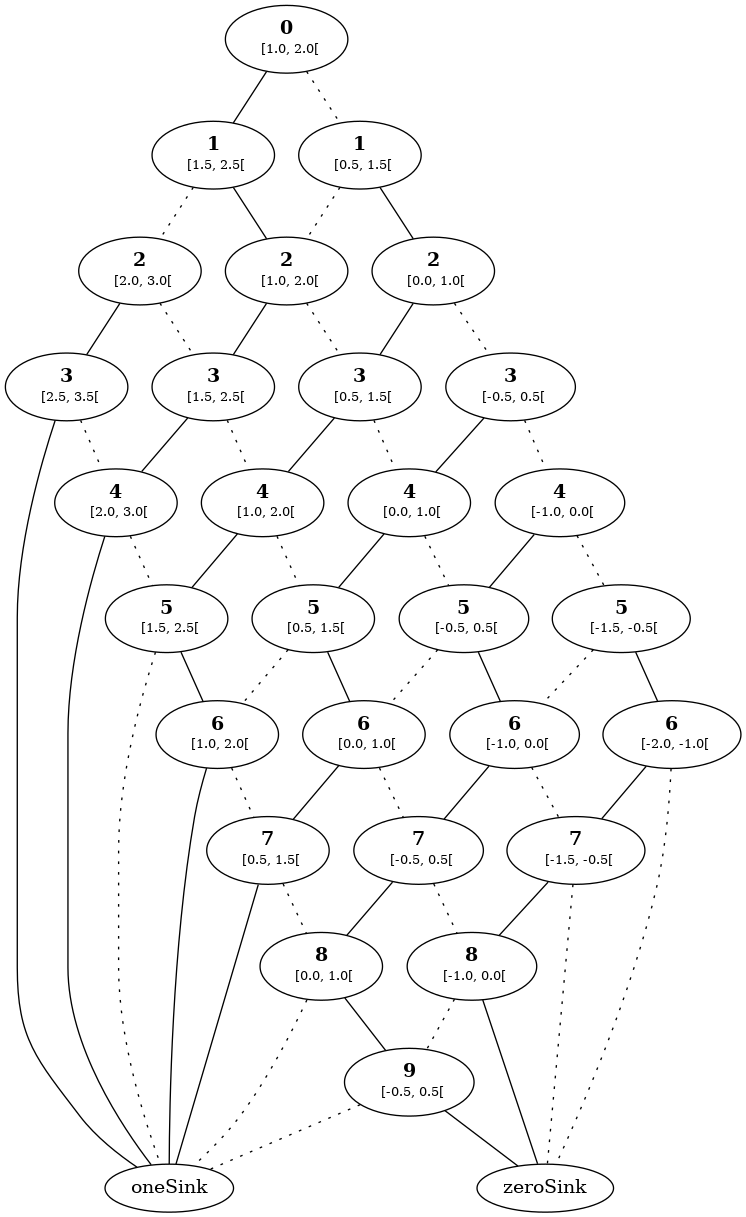
aelkhamsi/BNN_explainability keeps this Graphviz diagram as obdd/obdd.png. Above is the earlier version. Its source is kept beside it as obdd/obdd.gv.
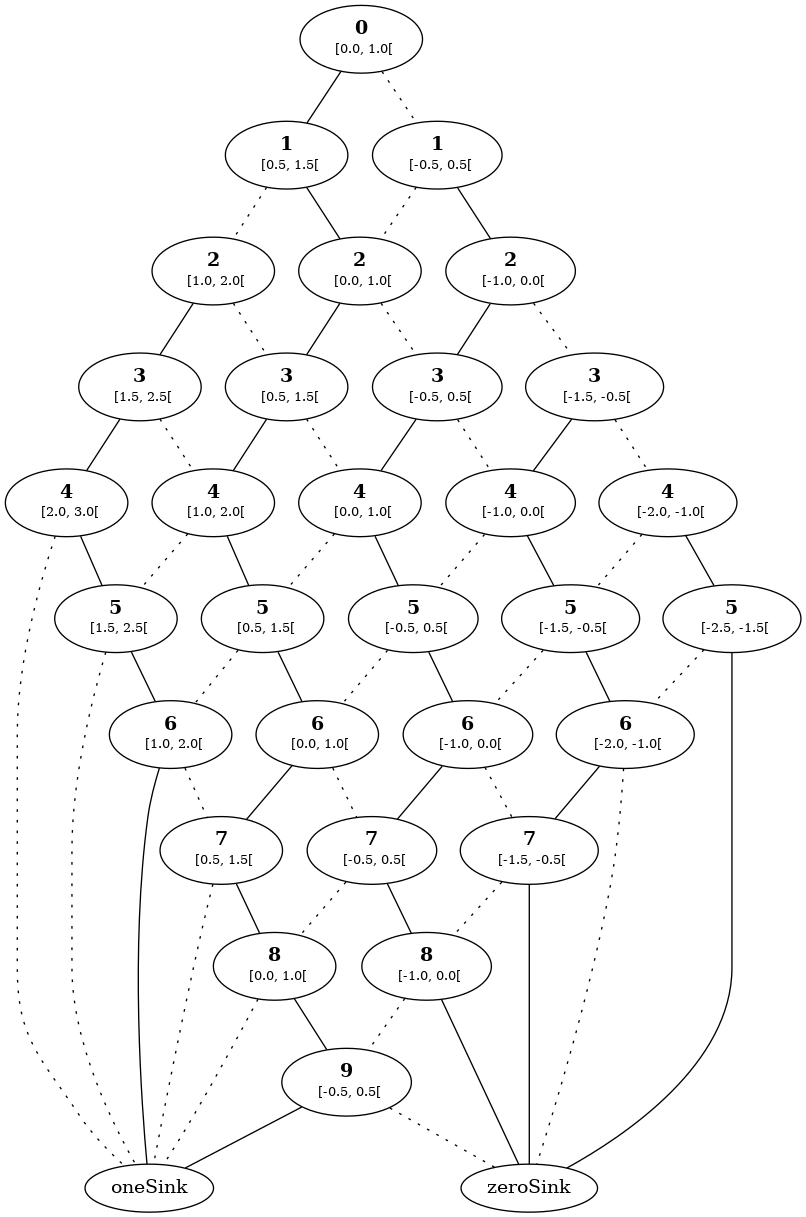
After the change.

What changed in the source:
```diff
@@ -1,87 +1,93 @@
 digraph{
 forcelabels=true;
-0 [label=<<B>0</B><BR /> <FONT POINT-SIZE="10">[1.0, 2.0[</FONT>>];
+0 [label=<<B>0</B><BR /> <FONT POINT-SIZE="10">[0.0, 1.0[</FONT>>];
 0->12 [style=solid, arrowhead="none"];
 0->11 [style=dotted, arrowhead="none"];
-11 [label=<<B>1</B><BR /> <FONT POINT-SIZE="10">[0.5, 1.5[</FONT>>];
+12 [label=<<B>1</B><BR /> <FONT POINT-SIZE="10">[0.5, 1.5[</FONT>>];
+12->21 [style=solid, arrowhead="none"];
+12->23 [style=dotted, arrowhead="none"];
+11 [label=<<B>1</B><BR /> <FONT POINT-SIZE="10">[-0.5, 0.5[</FONT>>];
 11->22 [style=solid, arrowhead="none"];
 11->21 [style=dotted, arrowhead="none"];
-12 [label=<<B>1</B><BR /> <FONT POINT-SIZE="10">[1.5, 2.5[</FONT>>];
-12->21 [style=solid, arrowhead="none"];
-12->23 [style=dotted, arrowhead="none"];
-21 [label=<<B>2</B><BR /> <FONT POINT-SIZE="10">[1.0, 2.0[</FONT>>];
+21 [label=<<B>2</B><BR /> <FONT POINT-SIZE="10">[0.0, 1.0[</FONT>>];
 21->32 [style=solid, arrowhead="none"];
 21->31 [style=dotted, arrowhead="none"];
-22 [label=<<B>2</B><BR /> <FONT POINT-SIZE="10">[0.0, 1.0[</FONT>>];
+23 [label=<<B>2</B><BR /> <FONT POINT-SIZE="10">[1.0, 2.0[</FONT>>];
+23->34 [style=solid, arrowhead="none"];
+23->32 [style=dotted, arrowhead="none"];
+22 [label=<<B>2</B><BR /> <FONT POINT-SIZE="10">[-1.0, 0.0[</FONT>>];
 22->31 [style=solid, arrowhead="none"];
 22->33 [style=dotted, arrowhead="none"];
-23 [label=<<B>2</B><BR /> <FONT POINT-SIZE="10">[2.0, 3.0[</FONT>>];
-23->34 [style=solid, arrowhead="none"];
-23->32 [style=dotted, arrowhead="none"];
-31 [label=<<B>3</B><BR /> <FONT POINT-SIZE="10">[0.5, 1.5[</FONT>>];
+32 [label=<<B>3</B><BR /> <FONT POINT-SIZE="10">[0.5, 1.5[</FONT>>];
+32->43 [style=solid, arrowhead="none"];
+32->42 [style=dotted, arrowhead="none"];
+31 [label=<<B>3</B><BR /> <FONT POINT-SIZE="10">[-0.5, 0.5[</FONT>>];
 31->42 [style=solid, arrowhead="none"];
 31->41 [style=dotted, arrowhead="none"];
-32 [label=<<B>3</B><BR /> <FONT POINT-SIZE="10">[1.5, 2.5[</FONT>>];
-32->43 [style=solid, arrowhead="none"];
-32->42 [style=dotted, arrowhead="none"];
-33 [label=<<B>3</B><BR /> <FONT POINT-SIZE="10">[-0.5, 0.5[</FONT>>];
+34 [label=<<B>3</B><BR /> <FONT POINT-SIZE="10">[1.5, 2.5[</FONT>>];
+34->45 [style=solid, arrowhead="none"];
+34->43 [style=dotted, arrowhead="none"];
+33 [label=<<B>3</B><BR /> <FONT POINT-SIZE="10">[-1.5, -0.5[</FONT>>];
 33->41 [style=solid, arrowhead="none"];
 33->44 [style=dotted, arrowhead="none"];
-34 [label=<<B>3</B><BR /> <FONT POINT-SIZE="10">[2.5, 3.5[</FONT>>];
-34->oneSink [style=solid, arrowhead="none"];
-34->43 [style=dotted, arrowhead="none"];
-41 [label=<<B>4</B><BR /> <FONT POINT-SIZE="10">[0.0, 1.0[</FONT>>];
+43 [label=<<B>4</B><BR /> <FONT POINT-SIZE="10">[1.0, 2.0[</FONT>>];
+43->53 [style=solid, arrowhead="none"];
+43->54 [style=dotted, arrowhead="none"];
+42 [label=<<B>4</B><BR /> <FONT POINT-SIZE="10">[0.0, 1.0[</FONT>>];
+42->51 [style=solid, arrowhead="none"];
+42->53 [style=dotted, arrowhead="none"];
+41 [label=<<B>4</B><BR /> <FONT POINT-SIZE="10">[-1.0, 0.0[</FONT>>];
 41->52 [style=solid, arrowhead="none"];
 41->51 [style=dotted, arrowhead="none"];
-42 [label=<<B>4</B><BR /> <FONT POINT-SIZE="10">[1.0, 2.0[</FONT>>];
-42->53 [style=solid, arrowhead="none"];
-42->52 [style=dotted, arrowhead="none"];
-43 [label=<<B>4</B><BR /> <FONT POINT-SIZE="10">[2.0, 3.0[</FONT>>];
-43->oneSink [style=solid, arrowhead="none"];
-43->53 [style=dotted, arrowhead="none"];
-44 [label=<<B>4</B><BR /> <FONT POINT-SIZE="10">[-1.0, 0.0[</FONT>>];
-44->51 [style=solid, arrowhead="none"];
-44->54 [style=dotted, arrowhead="none"];
+45 [label=<<B>4</B><BR /> <FONT POINT-SIZE="10">[2.0, 3.0[</FONT>>];
+45->54 [style=solid, arrowhead="none"];
+45->oneSink [style=dotted, arrowhead="none"];
+44 [label=<<B>4</B><BR /> <FONT POINT-SIZE="10">[-2.0, -1.0[</FONT>>];
+44->55 [style=solid, arrowhead="none"];
+44->52 [style=dotted, arrowhead="none"];
+53 [label=<<B>5</B><BR /> <FONT POINT-SIZE="10">[0.5, 1.5[</FONT>>];
+53->61 [style=solid, arrowhead="none"];
+53->64 [style=dotted, arrowhead="none"];
+54 [label=<<B>5</B><BR /> <FONT POINT-SIZE="10">[1.5, 2.5[</FONT>>];
+54->64 [style=solid, arrowhead="none"];
+54->oneSink [style=dotted, arrowhead="none"];
 51 [label=<<B>5</B><BR /> <FONT POINT-SIZE="10">[-0.5, 0.5[</FONT>>];
 51->62 [style=solid, arrowhead="none"];
 51->61 [style=dotted, arrowhead="none"];
-52 [label=<<B>5</B><BR /> <FONT POINT-SIZE="10">[0.5, 1.5[</FONT>>];
-52->61 [style=solid, arrowhead="none"];
-52->63 [style=dotted, arrowhead="none"];
-53 [label=<<B>5</B><BR /> <FONT POINT-SIZE="10">[1.5, 2.5[</FONT>>];
-53->63 [style=solid, arrowhead="none"];
-53->oneSink [style=dotted, arrowhead="none"];
-54 [label=<<B>5</B><BR /> <FONT POINT-SIZE="10">[-1.5, -0.5[</FONT>>];
-54->64 [style=solid, arrowhead="none"];
-54->62 [style=dotted, arrowhead="none"];
+52 [label=<<B>5</B><BR /> <FONT POINT-SIZE="10">[-1.5, -0.5[</FONT>>];
+52->63 [style=solid, arrowhead="none"];
+52->62 [style=dotted, arrowhead="none"];
+55 [label=<<B>5</B><BR /> <FONT POINT-SIZE="10">[-2.5, -1.5[</FONT>>];
+55->zeroSink [style=solid, arrowhead="none"];
+55->63 [style=dotted, arrowhead="none"];
 61 [label=<<B>6</B><BR /> <FONT POINT-SIZE="10">[0.0, 1.0[</FONT>>];
 61->72 [style=solid, arrowhead="none"];
 61->71 [style=dotted, arrowhead="none"];
+64 [label=<<B>6</B><BR /> <FONT POINT-SIZE="10">[1.0, 2.0[</FONT>>];
+64->oneSink [style=solid, arrowhead="none"];
+64->72 [style=dotted, arrowhead="none"];
 62 [label=<<B>6</B><BR /> <FONT POINT-SIZE="10">[-1.0, 0.0[</FONT>>];
 62->71 [style=solid, arrowhead="none"];
 62->73 [style=dotted, arrowhead="none"];
-63 [label=<<B>6</B><BR /> <FONT POINT-SIZE="10">[1.0, 2.0[</FONT>>];
-63->oneSink [style=solid, arrowhead="none"];
-63->72 [style=dotted, arrowhead="none"];
-64 [label=<<B>6</B><BR /> <FONT POINT-SIZE="10">[-2.0, -1.0[</FONT>>];
-64->73 [style=solid, arrowhead="none"];
-64->zeroSink [style=dotted, arrowhead="none"];
+63 [label=<<B>6</B><BR /> <FONT POINT-SIZE="10">[-2.0, -1.0[</FONT>>];
+63->73 [style=solid, arrowhead="none"];
+63->zeroSink [style=dotted, arrowhead="none"];
+72 [label=<<B>7</B><BR /> <FONT POINT-SIZE="10">[0.5, 1.5[</FONT>>];
+72->81 [style=solid, arrowhead="none"];
+72->oneSink [style=dotted, arrowhead="none"];
 71 [label=<<B>7</B><BR /> <FONT POINT-SIZE="10">[-0.5, 0.5[</FONT>>];
 71->82 [style=solid, arrowhead="none"];
 71->81 [style=dotted, arrowhead="none"];
-72 [label=<<B>7</B><BR /> <FONT POINT-SIZE="10">[0.5, 1.5[</FONT>>];
-72->oneSink [style=solid, arrowhead="none"];
-72->82 [style=dotted, arrowhead="none"];
 73 [label=<<B>7</B><BR /> <FONT POINT-SIZE="10">[-1.5, -0.5[</FONT>>];
-73->81 [style=solid, arrowhead="none"];
-73->zeroSink [style=dotted, arrowhead="none"];
-81 [label=<<B>8</B><BR /> <FONT POINT-SIZE="10">[-1.0, 0.0[</FONT>>];
-81->zeroSink [style=solid, arrowhead="none"];
-81->91 [style=dotted, arrowhead="none"];
-82 [label=<<B>8</B><BR /> <FONT POINT-SIZE="10">[0.0, 1.0[</FONT>>];
-82->91 [style=solid, arrowhead="none"];
-82->oneSink [style=dotted, arrowhead="none"];
+73->zeroSink [style=solid, arrowhead="none"];
+73->82 [style=dotted, arrowhead="none"];
+81 [label=<<B>8</B><BR /> <FONT POINT-SIZE="10">[0.0, 1.0[</FONT>>];
+81->91 [style=solid, arrowhead="none"];
+81->oneSink [style=dotted, arrowhead="none"];
+82 [label=<<B>8</B><BR /> <FONT POINT-SIZE="10">[-1.0, 0.0[</FONT>>];
+82->zeroSink [style=solid, arrowhead="none"];
+82->91 [style=dotted, arrowhead="none"];
 91 [label=<<B>9</B><BR /> <FONT POINT-SIZE="10">[-0.5, 0.5[</FONT>>];
-91->zeroSink [style=solid, arrowhead="none"];
-91->oneSink [style=dotted, arrowhead="none"];
+91->oneSink [style=solid, arrowhead="none"];
+91->zeroSink [style=dotted, arrowhead="none"];
 }
```
